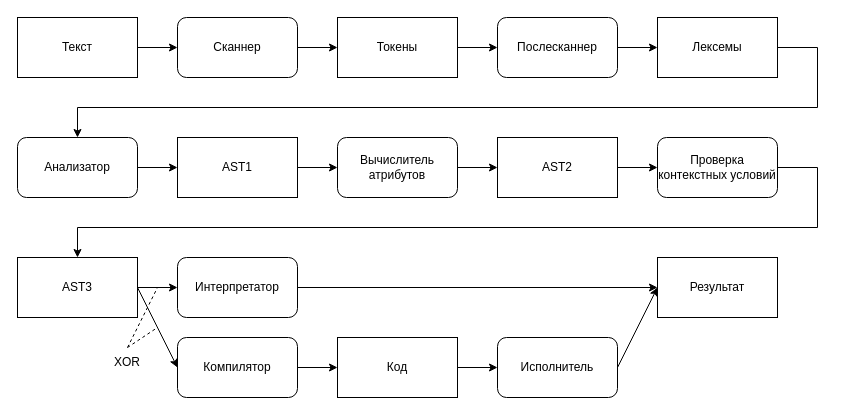
This is _docs/raw_diagrams/arch.drawio from aVorotnikov/dsl_generator, a draw.io file, before an edit. Source tidied: cells renumbered, new cells numbered last; positions are measured from the earlier drawing's top-left corner, leaving out a move shared by most shapes. Both pictures are drawn from the tidied source at 100%, with x=0, y=0 at pixel (17, 17).
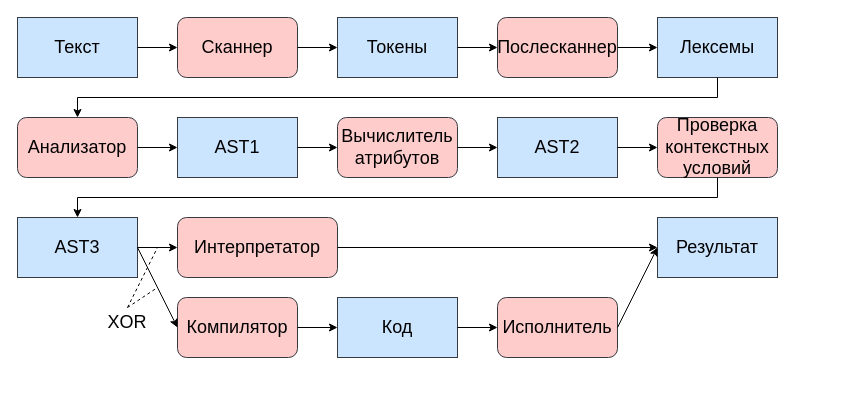
After the change.

Change to the diagram source:
```diff
@@
-    <mxCell id="2" value="Токены" style="rounded=0;whiteSpace=wrap;html=1;" parent="1" vertex="1">
+    <mxCell id="2" value="Токены" style="rounded=0;whiteSpace=wrap;html=1;fillColor=#cce5ff;strokeColor=#36393d;fontColor=#000000;fontSize=18;fontStyle=0;" parent="1" vertex="1">
       <mxGeometry x="320" width="120" height="60" as="geometry" />
     </mxCell>
-    <mxCell id="3" value="Сканнер" style="rounded=1;whiteSpace=wrap;html=1;" parent="1" vertex="1">
+    <mxCell id="3" value="Сканнер" style="rounded=1;whiteSpace=wrap;html=1;fillColor=#ffcccc;strokeColor=#36393d;fontColor=#000000;fontSize=18;fontStyle=0;" parent="1" vertex="1">
       <mxGeometry x="160" width="120" height="60" as="geometry" />
     </mxCell>
-    <mxCell id="4" style="endArrow=classic;html=1;rounded=0;exitX=1;exitY=0.5;exitDx=0;exitDy=0;entryX=0;entryY=0.5;entryDx=0;entryDy=0;" parent="1" edge="1" source="3" target="2">
+    <mxCell id="4" style="endArrow=classic;html=1;rounded=0;exitX=1;exitY=0.5;exitDx=0;exitDy=0;entryX=0;entryY=0.5;entryDx=0;entryDy=0;fontSize=18;fontStyle=0;" parent="1" edge="1" source="3" target="2">
       <mxGeometry relative="1" as="geometry" />
     </mxCell>
-    <mxCell id="5" value="Текст" style="rounded=0;whiteSpace=wrap;html=1;" parent="1" vertex="1">
+    <mxCell id="5" value="Текст" style="rounded=0;whiteSpace=wrap;html=1;fillColor=#cce5ff;strokeColor=#36393d;fontColor=#000000;fontSize=18;fontStyle=0;" parent="1" vertex="1">
       <mxGeometry width="120" height="60" as="geometry" />
     </mxCell>
-    <mxCell id="6" style="endArrow=classic;html=1;rounded=0;exitX=1;exitY=0.5;exitDx=0;exitDy=0;" parent="1" edge="1" source="5">
+    <mxCell id="6" style="endArrow=classic;html=1;rounded=0;exitX=1;exitY=0.5;exitDx=0;exitDy=0;fontSize=18;fontStyle=0;" parent="1" edge="1" source="5">
       <mxGeometry relative="1" as="geometry">
         <mxPoint x="160" y="30" as="targetPoint" />
       </mxGeometry>
     </mxCell>
-    <mxCell id="7" value="Послесканнер" style="rounded=1;whiteSpace=wrap;html=1;" parent="1" vertex="1">
+    <mxCell id="7" value="Послесканнер" style="rounded=1;whiteSpace=wrap;html=1;fillColor=#ffcccc;strokeColor=#36393d;fontColor=#000000;fontSize=18;fontStyle=0;" parent="1" vertex="1">
       <mxGeometry x="480" width="120" height="60" as="geometry" />
     </mxCell>
-    <mxCell id="8" style="endArrow=classic;html=1;rounded=0;exitX=1;exitY=0.5;exitDx=0;exitDy=0;entryX=0;entryY=0.5;entryDx=0;entryDy=0;" parent="1" edge="1" source="2" target="7">
+    <mxCell id="8" style="endArrow=classic;html=1;rounded=0;exitX=1;exitY=0.5;exitDx=0;exitDy=0;entryX=0;entryY=0.5;entryDx=0;entryDy=0;fontSize=18;fontStyle=0;" parent="1" edge="1" source="2" target="7">
       <mxGeometry relative="1" as="geometry" />
     </mxCell>
-    <mxCell id="9" value="Лексемы" style="rounded=0;whiteSpace=wrap;html=1;" parent="1" vertex="1">
+    <mxCell id="9" value="Лексемы" style="rounded=0;whiteSpace=wrap;html=1;fillColor=#cce5ff;strokeColor=#36393d;fontColor=#000000;fontSize=18;fontStyle=0;" parent="1" vertex="1">
       <mxGeometry x="640" width="120" height="60" as="geometry" />
     </mxCell>
-    <mxCell id="10" style="endArrow=classic;html=1;rounded=0;exitX=1;exitY=0.5;exitDx=0;exitDy=0;entryX=0;entryY=0.5;entryDx=0;entryDy=0;" parent="1" edge="1" source="7" target="9">
+    <mxCell id="10" style="endArrow=classic;html=1;rounded=0;exitX=1;exitY=0.5;exitDx=0;exitDy=0;entryX=0;entryY=0.5;entryDx=0;entryDy=0;fontSize=18;fontStyle=0;" parent="1" edge="1" source="7" target="9">
       <mxGeometry relative="1" as="geometry" />
     </mxCell>
-    <mxCell id="11" style="endArrow=classic;html=1;rounded=0;exitX=1;exitY=0.5;exitDx=0;exitDy=0;entryX=0.5;entryY=0;entryDx=0;entryDy=0;" parent="1" edge="1" source="9" target="12">
+    <mxCell id="11" style="endArrow=classic;html=1;rounded=0;exitX=0.5;exitY=1;exitDx=0;exitDy=0;entryX=0.5;entryY=0;entryDx=0;entryDy=0;fontSize=18;fontStyle=0;" parent="1" edge="1" source="9" target="12">
       <mxGeometry relative="1" as="geometry">
         <Array as="points">
-          <mxPoint x="800" y="30" />
-          <mxPoint x="800" y="90" />
-          <mxPoint x="60" y="90" />
+          <mxPoint x="700" y="80" />
+          <mxPoint x="60" y="80" />
         </Array>
       </mxGeometry>
     </mxCell>
-    <mxCell id="12" value="Анализатор" style="rounded=1;whiteSpace=wrap;html=1;" parent="1" vertex="1">
-      <mxGeometry y="120" width="120" height="60" as="geometry" />
+    <mxCell id="12" value="Анализатор" style="rounded=1;whiteSpace=wrap;html=1;fillColor=#ffcccc;strokeColor=#36393d;fontColor=#000000;fontSize=18;fontStyle=0;" parent="1" vertex="1">
+      <mxGeometry y="100" width="120" height="60" as="geometry" />
     </mxCell>
-    <mxCell id="13" value="AST1" style="rounded=0;whiteSpace=wrap;html=1;" parent="1" vertex="1">
-      <mxGeometry x="160" y="120" width="120" height="60" as="geometry" />
+    <mxCell id="13" value="AST1" style="rounded=0;whiteSpace=wrap;html=1;fillColor=#cce5ff;strokeColor=#36393d;fontColor=#000000;fontSize=18;fontStyle=0;" parent="1" vertex="1">
+      <mxGeometry x="160" y="100" width="120" height="60" as="geometry" />
     </mxCell>
-    <mxCell id="14" style="endArrow=classic;html=1;rounded=0;exitX=1;exitY=0.5;exitDx=0;exitDy=0;entryX=0;entryY=0.5;entryDx=0;entryDy=0;" parent="1" edge="1" source="12" target="13">
+    <mxCell id="14" style="endArrow=classic;html=1;rounded=0;exitX=1;exitY=0.5;exitDx=0;exitDy=0;entryX=0;entryY=0.5;entryDx=0;entryDy=0;fontSize=18;fontStyle=0;" parent="1" edge="1" source="12" target="13">
       <mxGeometry relative="1" as="geometry" />
     </mxCell>
-    <mxCell id="15" value="Вычислитель атрибутов" style="rounded=1;whiteSpace=wrap;html=1;" parent="1" vertex="1">
-      <mxGeometry x="320" y="120" width="120" height="60" as="geometry" />
+    <mxCell id="15" value="Вычислитель атрибутов" style="rounded=1;whiteSpace=wrap;html=1;fillColor=#ffcccc;strokeColor=#36393d;fontColor=#000000;fontSize=18;fontStyle=0;" parent="1" vertex="1">
+      <mxGeometry x="320" y="100" width="120" height="60" as="geometry" />
     </mxCell>
-    <mxCell id="16" style="endArrow=classic;html=1;rounded=0;exitX=1;exitY=0.5;exitDx=0;exitDy=0;entryX=0;entryY=0.5;entryDx=0;entryDy=0;" parent="1" edge="1" source="13" target="15">
+    <mxCell id="16" style="endArrow=classic;html=1;rounded=0;exitX=1;exitY=0.5;exitDx=0;exitDy=0;entryX=0;entryY=0.5;entryDx=0;entryDy=0;fontSize=18;fontStyle=0;" parent="1" edge="1" source="13" target="15">
       <mxGeometry relative="1" as="geometry" />
     </mxCell>
-    <mxCell id="17" value="AST2" style="rounded=0;whiteSpace=wrap;html=1;" parent="1" vertex="1">
-      <mxGeometry x="480" y="120" width="120" height="60" as="geometry" />
+    <mxCell id="17" value="AST2" style="rounded=0;whiteSpace=wrap;html=1;fillColor=#cce5ff;strokeColor=#36393d;fontColor=#000000;fontSize=18;fontStyle=0;" parent="1" vertex="1">
+      <mxGeometry x="480" y="100" width="120" height="60" as="geometry" />
     </mxCell>
-    <mxCell id="18" style="endArrow=classic;html=1;rounded=0;exitX=1;exitY=0.5;exitDx=0;exitDy=0;entryX=0;entryY=0.5;entryDx=0;entryDy=0;" parent="1" edge="1" source="15" target="17">
+    <mxCell id="18" style="endArrow=classic;html=1;rounded=0;exitX=1;exitY=0.5;exitDx=0;exitDy=0;entryX=0;entryY=0.5;entryDx=0;entryDy=0;fontSize=18;fontStyle=0;" parent="1" edge="1" source="15" target="17">
       <mxGeometry relative="1" as="geometry" />
     </mxCell>
-    <mxCell id="19" value="Проверка контекстных условий" style="rounded=1;whiteSpace=wrap;html=1;" parent="1" vertex="1">
-      <mxGeometry x="640" y="120" width="120" height="60" as="geometry" />
+    <mxCell id="19" value="Проверка контекстных условий" style="rounded=1;whiteSpace=wrap;html=1;fillColor=#ffcccc;strokeColor=#36393d;fontColor=#000000;fontSize=18;fontStyle=0;" parent="1" vertex="1">
+      <mxGeometry x="640" y="100" width="120" height="60" as="geometry" />
     </mxCell>
-    <mxCell id="20" style="endArrow=classic;html=1;rounded=0;exitX=1;exitY=0.5;exitDx=0;exitDy=0;entryX=0;entryY=0.5;entryDx=0;entryDy=0;" parent="1" edge="1" source="17" target="19">
+    <mxCell id="20" style="endArrow=classic;html=1;rounded=0;exitX=1;exitY=0.5;exitDx=0;exitDy=0;entryX=0;entryY=0.5;entryDx=0;entryDy=0;fontSize=18;fontStyle=0;" parent="1" edge="1" source="17" target="19">
       <mxGeometry relative="1" as="geometry" />
     </mxCell>
-    <mxCell id="21" value="AST3" style="rounded=0;whiteSpace=wrap;html=1;" parent="1" vertex="1">
-      <mxGeometry y="240" width="120" height="60" as="geometry" />
+    <mxCell id="21" value="AST3" style="rounded=0;whiteSpace=wrap;html=1;fillColor=#cce5ff;strokeColor=#36393d;fontColor=#000000;fontSize=18;fontStyle=0;" parent="1" vertex="1">
+      <mxGeometry y="200" width="120" height="60" as="geometry" />
     </mxCell>
-    <mxCell id="22" style="endArrow=classic;html=1;rounded=0;exitX=1;exitY=0.5;exitDx=0;exitDy=0;entryX=0.5;entryY=0;entryDx=0;entryDy=0;" parent="1" edge="1" source="19" target="21">
+    <mxCell id="22" style="endArrow=classic;html=1;rounded=0;exitX=0.5;exitY=1;exitDx=0;exitDy=0;entryX=0.5;entryY=0;entryDx=0;entryDy=0;fontSize=18;fontStyle=0;" parent="1" edge="1" source="19" target="21">
       <mxGeometry relative="1" as="geometry">
         <Array as="points">
-          <mxPoint x="800" y="150" />
-          <mxPoint x="800" y="210" />
-          <mxPoint x="60" y="210" />
+          <mxPoint x="700" y="180" />
+          <mxPoint x="60" y="180" />
         </Array>
       </mxGeometry>
     </mxCell>
-    <mxCell id="23" value="Результат" style="rounded=0;whiteSpace=wrap;html=1;" parent="1" vertex="1">
-      <mxGeometry x="640" y="240" width="120" height="60" as="geometry" />
+    <mxCell id="23" value="Результат" style="rounded=0;whiteSpace=wrap;html=1;fillColor=#cce5ff;strokeColor=#36393d;fontColor=#000000;fontSize=18;fontStyle=0;" parent="1" vertex="1">
+      <mxGeometry x="640" y="200" width="120" height="60" as="geometry" />
     </mxCell>
-    <mxCell id="24" value="Интерпретатор" style="rounded=1;whiteSpace=wrap;html=1;" parent="1" vertex="1">
-      <mxGeometry x="160" y="240" width="120" height="60" as="geometry" />
+    <mxCell id="24" value="Интерпретатор" style="rounded=1;whiteSpace=wrap;html=1;fillColor=#ffcccc;strokeColor=#36393d;fontColor=#000000;fontSize=18;fontStyle=0;" parent="1" vertex="1">
+      <mxGeometry x="160" y="200" width="160" height="60" as="geometry" />
     </mxCell>
-    <mxCell id="25" style="endArrow=classic;html=1;rounded=0;exitX=1;exitY=0.5;exitDx=0;exitDy=0;entryX=0;entryY=0.5;entryDx=0;entryDy=0;" parent="1" edge="1" source="21" target="24">
+    <mxCell id="25" style="endArrow=classic;html=1;rounded=0;exitX=1;exitY=0.5;exitDx=0;exitDy=0;entryX=0;entryY=0.5;entryDx=0;entryDy=0;fontSize=18;fontStyle=0;" parent="1" edge="1" source="21" target="24">
       <mxGeometry relative="1" as="geometry" />
     </mxCell>
-    <mxCell id="26" value="Компилятор" style="rounded=1;whiteSpace=wrap;html=1;" parent="1" vertex="1">
-      <mxGeometry x="160" y="320" width="120" height="60" as="geometry" />
+    <mxCell id="26" value="Компилятор" style="rounded=1;whiteSpace=wrap;html=1;fillColor=#ffcccc;strokeColor=#36393d;fontColor=#000000;fontSize=18;fontStyle=0;" parent="1" vertex="1">
+      <mxGeometry x="160" y="280" width="120" height="60" as="geometry" />
     </mxCell>
-    <mxCell id="27" style="endArrow=classic;html=1;rounded=0;exitX=1;exitY=0.5;exitDx=0;exitDy=0;entryX=0;entryY=0.5;entryDx=0;entryDy=0;" parent="1" edge="1" source="26" target="28">
+    <mxCell id="27" style="endArrow=classic;html=1;rounded=0;exitX=1;exitY=0.5;exitDx=0;exitDy=0;entryX=0;entryY=0.5;entryDx=0;entryDy=0;fontSize=18;fontStyle=0;" parent="1" edge="1" source="26" target="28">
       <mxGeometry relative="1" as="geometry" />
     </mxCell>
-    <mxCell id="28" value="Код" style="rounded=0;whiteSpace=wrap;html=1;" parent="1" vertex="1">
-      <mxGeometry x="320" y="320" width="120" height="60" as="geometry" />
+    <mxCell id="28" value="Код" style="rounded=0;whiteSpace=wrap;html=1;fillColor=#cce5ff;strokeColor=#36393d;fontColor=#000000;fontSize=18;fontStyle=0;" parent="1" vertex="1">
+      <mxGeometry x="320" y="280" width="120" height="60" as="geometry" />
     </mxCell>
-    <mxCell id="29" value="Исполнитель" style="rounded=1;whiteSpace=wrap;html=1;" parent="1" vertex="1">
-      <mxGeometry x="480" y="320" width="120" height="60" as="geometry" />
+    <mxCell id="29" value="Исполнитель" style="rounded=1;whiteSpace=wrap;html=1;fillColor=#ffcccc;strokeColor=#36393d;fontColor=#000000;fontSize=18;fontStyle=0;" parent="1" vertex="1">
+      <mxGeometry x="480" y="280" width="120" height="60" as="geometry" />
     </mxCell>
-    <mxCell id="30" style="endArrow=classic;html=1;rounded=0;exitX=1;exitY=0.5;exitDx=0;exitDy=0;entryX=0;entryY=0.5;entryDx=0;entryDy=0;" parent="1" edge="1" source="21" target="26">
+    <mxCell id="30" style="endArrow=classic;html=1;rounded=0;exitX=1;exitY=0.5;exitDx=0;exitDy=0;entryX=0;entryY=0.5;entryDx=0;entryDy=0;fontSize=18;fontStyle=0;" parent="1" edge="1" source="21" target="26">
       <mxGeometry relative="1" as="geometry" />
     </mxCell>
-    <mxCell id="31" style="endArrow=classic;html=1;rounded=0;exitX=1;exitY=0.5;exitDx=0;exitDy=0;entryX=0;entryY=0.5;entryDx=0;entryDy=0;" parent="1" edge="1" source="24" target="23">
+    <mxCell id="31" style="endArrow=classic;html=1;rounded=0;exitX=1;exitY=0.5;exitDx=0;exitDy=0;entryX=0;entryY=0.5;entryDx=0;entryDy=0;fontSize=18;fontStyle=0;" parent="1" edge="1" source="24" target="23">
       <mxGeometry relative="1" as="geometry" />
     </mxCell>
-    <mxCell id="32" style="endArrow=classic;html=1;rounded=0;exitX=1;exitY=0.5;exitDx=0;exitDy=0;entryX=0;entryY=0.5;entryDx=0;entryDy=0;" parent="1" edge="1" source="28" target="29">
+    <mxCell id="32" style="endArrow=classic;html=1;rounded=0;exitX=1;exitY=0.5;exitDx=0;exitDy=0;entryX=0;entryY=0.5;entryDx=0;entryDy=0;fontSize=18;fontStyle=0;" parent="1" edge="1" source="28" target="29">
       <mxGeometry relative="1" as="geometry" />
     </mxCell>
-    <mxCell id="33" style="endArrow=classic;html=1;rounded=0;exitX=1;exitY=0.5;exitDx=0;exitDy=0;entryX=0;entryY=0.5;entryDx=0;entryDy=0;" parent="1" edge="1" source="29" target="23">
+    <mxCell id="33" style="endArrow=classic;html=1;rounded=0;exitX=1;exitY=0.5;exitDx=0;exitDy=0;entryX=0;entryY=0.5;entryDx=0;entryDy=0;fontSize=18;fontStyle=0;" parent="1" edge="1" source="29" target="23">
       <mxGeometry relative="1" as="geometry" />
     </mxCell>
-    <mxCell id="34" value="XOR" style="text;html=1;strokeColor=none;fillColor=none;align=center;verticalAlign=middle;whiteSpace=wrap;rounded=0;" parent="1" vertex="1">
-      <mxGeometry x="80" y="330" width="60" height="30" as="geometry" />
+    <mxCell id="34" value="XOR" style="text;html=1;strokeColor=none;fillColor=none;align=center;verticalAlign=middle;whiteSpace=wrap;rounded=0;fontSize=18;fontStyle=0;" parent="1" vertex="1">
+      <mxGeometry x="80" y="290" width="60" height="30" as="geometry" />
     </mxCell>
-    <mxCell id="35" style="endArrow=none;dashed=1;html=1;rounded=0;exitX=0.5;exitY=0;exitDx=0;exitDy=0;" parent="1" edge="1" source="34">
+    <mxCell id="35" style="endArrow=none;dashed=1;html=1;rounded=0;exitX=0.5;exitY=0;exitDx=0;exitDy=0;fontSize=18;fontStyle=0;" parent="1" edge="1" source="34">
       <mxGeometry relative="1" as="geometry">
-        <mxPoint x="140" y="270" as="targetPoint" />
+        <mxPoint x="140" y="230" as="targetPoint" />
       </mxGeometry>
     </mxCell>
-    <mxCell id="36" style="endArrow=none;dashed=1;html=1;rounded=0;exitX=0.5;exitY=0;exitDx=0;exitDy=0;" parent="1" edge="1" source="34">
+    <mxCell id="36" style="endArrow=none;dashed=1;html=1;rounded=0;exitX=0.5;exitY=0;exitDx=0;exitDy=0;fontSize=18;fontStyle=0;" parent="1" edge="1" source="34">
       <mxGeometry relative="1" as="geometry">
-        <mxPoint x="140" y="310" as="targetPoint" />
+        <mxPoint x="140" y="270" as="targetPoint" />
       </mxGeometry>
     </mxCell>
```
